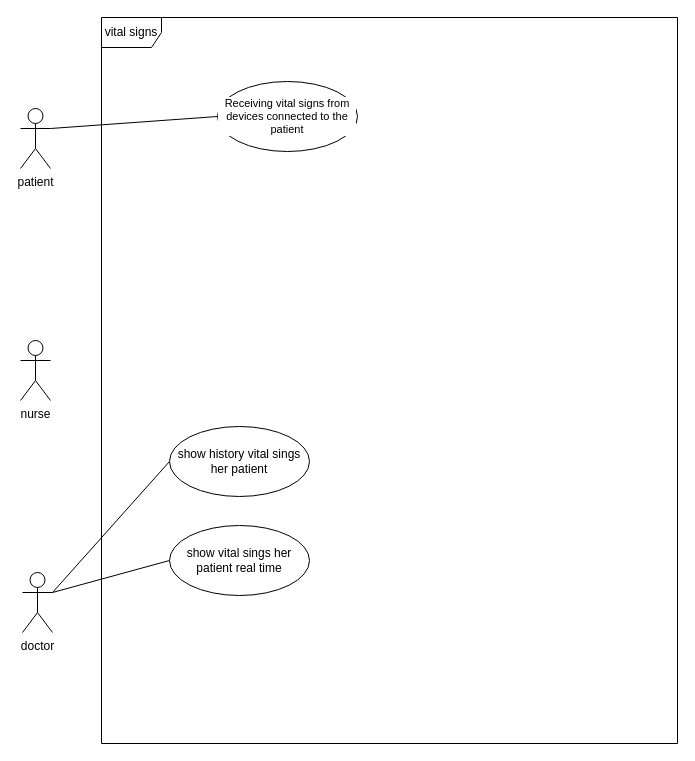
Before: USECASE/vital_signs.drawio in SalehAskari/telemedicine, a draw.io diagram. Source tidied: cells renumbered, new cells numbered last; positions are measured from the earlier drawing's top-left corner, leaving out a move shared by most shapes. Both pictures are drawn from the tidied source at 100%, with x=0, y=0 at pixel (20, 17).
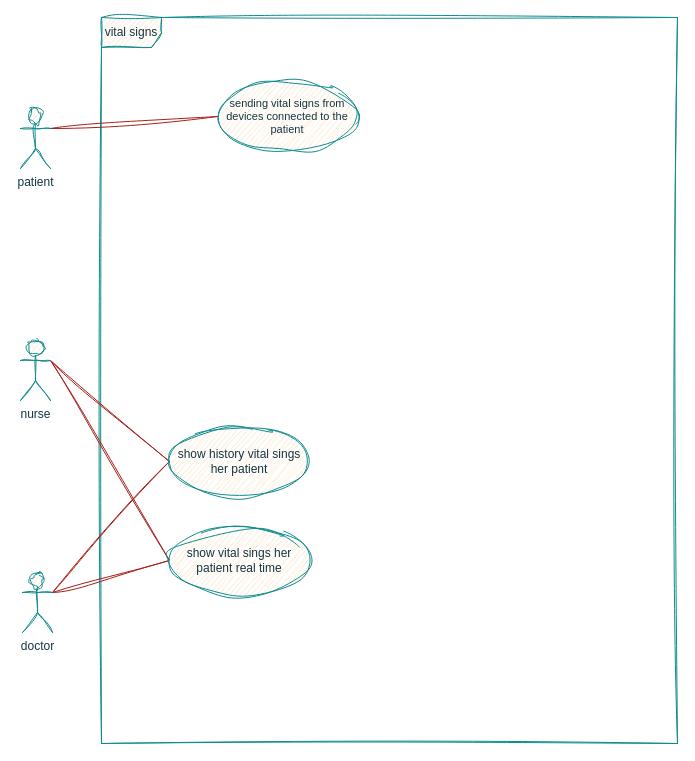
After the change.

Change to the diagram source:
```diff
@@
 <mxGraphModel>
   <root>
     <mxCell id="0" />
     <mxCell id="1" parent="0" />
-    <mxCell id="2" value="vital signs" style="shape=umlFrame;whiteSpace=wrap;html=1;" parent="1" vertex="1">
+    <mxCell id="2" value="vital signs" style="shape=umlFrame;whiteSpace=wrap;html=1;labelBackgroundColor=none;fillColor=#FAE5C7;strokeColor=#0F8B8D;fontColor=#143642;sketch=1;curveFitting=1;jiggle=2;" parent="1" vertex="1">
       <mxGeometry x="81" width="576" height="726" as="geometry" />
     </mxCell>
+    <mxCell id="12" style="edgeStyle=none;shape=connector;rounded=0;sketch=1;jiggle=2;curveFitting=1;jettySize=auto;html=1;exitX=1;exitY=0.3333333333333333;exitDx=0;exitDy=0;exitPerimeter=0;entryX=0;entryY=0.5;entryDx=0;entryDy=0;strokeColor=#A8201A;align=center;verticalAlign=middle;fontFamily=Helvetica;fontSize=11;fontColor=default;labelBackgroundColor=none;startFill=0;endArrow=none;" parent="1" edge="1" source="3" target="10">
+      <mxGeometry relative="1" as="geometry" />
+    </mxCell>
+    <mxCell id="13" style="edgeStyle=none;shape=connector;rounded=0;sketch=1;jiggle=2;curveFitting=1;jettySize=auto;html=1;exitX=1;exitY=0.3333333333333333;exitDx=0;exitDy=0;exitPerimeter=0;entryX=0;entryY=0.5;entryDx=0;entryDy=0;strokeColor=#A8201A;align=center;verticalAlign=middle;fontFamily=Helvetica;fontSize=11;fontColor=default;labelBackgroundColor=none;startFill=0;endArrow=none;" parent="1" edge="1" source="3" target="9">
+      <mxGeometry relative="1" as="geometry" />
+    </mxCell>
-    <mxCell id="3" value="nurse" style="shape=umlActor;verticalLabelPosition=bottom;verticalAlign=top;html=1;" parent="1" vertex="1">
+    <mxCell id="3" value="nurse" style="shape=umlActor;verticalLabelPosition=bottom;verticalAlign=top;html=1;labelBackgroundColor=none;fillColor=#FAE5C7;strokeColor=#0F8B8D;fontColor=#143642;sketch=1;curveFitting=1;jiggle=2;" parent="1" vertex="1">
       <mxGeometry y="323" width="30" height="60" as="geometry" />
     </mxCell>
-    <mxCell id="4" style="edgeStyle=none;shape=connector;rounded=0;jettySize=auto;html=1;exitX=1;exitY=0.3333333333333333;exitDx=0;exitDy=0;exitPerimeter=0;entryX=0;entryY=0.5;entryDx=0;entryDy=0;strokeColor=default;align=center;verticalAlign=middle;fontFamily=Helvetica;fontSize=11;fontColor=default;labelBackgroundColor=default;startFill=0;endArrow=none;" parent="1" edge="1" source="5" target="11">
+    <mxCell id="4" style="edgeStyle=none;shape=connector;rounded=0;jettySize=auto;html=1;exitX=1;exitY=0.3333333333333333;exitDx=0;exitDy=0;exitPerimeter=0;entryX=0;entryY=0.5;entryDx=0;entryDy=0;strokeColor=#A8201A;align=center;verticalAlign=middle;fontFamily=Helvetica;fontSize=11;fontColor=default;labelBackgroundColor=none;startFill=0;endArrow=none;sketch=1;curveFitting=1;jiggle=2;" parent="1" edge="1" source="5" target="11">
       <mxGeometry relative="1" as="geometry" />
     </mxCell>
-    <mxCell id="5" value="patient" style="shape=umlActor;verticalLabelPosition=bottom;verticalAlign=top;html=1;" parent="1" vertex="1">
+    <mxCell id="5" value="patient" style="shape=umlActor;verticalLabelPosition=bottom;verticalAlign=top;html=1;labelBackgroundColor=none;fillColor=#FAE5C7;strokeColor=#0F8B8D;fontColor=#143642;sketch=1;curveFitting=1;jiggle=2;" parent="1" vertex="1">
       <mxGeometry y="91" width="30" height="60" as="geometry" />
     </mxCell>
-    <mxCell id="6" style="rounded=0;jettySize=auto;html=1;exitX=1;exitY=0.3333333333333333;exitDx=0;exitDy=0;exitPerimeter=0;entryX=0;entryY=0.5;entryDx=0;entryDy=0;endArrow=none;startFill=0;" parent="1" edge="1" source="8" target="9">
+    <mxCell id="6" style="rounded=0;jettySize=auto;html=1;exitX=1;exitY=0.3333333333333333;exitDx=0;exitDy=0;exitPerimeter=0;entryX=0;entryY=0.5;entryDx=0;entryDy=0;endArrow=none;startFill=0;labelBackgroundColor=none;strokeColor=#A8201A;fontColor=default;sketch=1;curveFitting=1;jiggle=2;" parent="1" edge="1" source="8" target="9">
       <mxGeometry relative="1" as="geometry" />
     </mxCell>
-    <mxCell id="7" style="edgeStyle=none;shape=connector;rounded=0;jettySize=auto;html=1;exitX=1;exitY=0.3333333333333333;exitDx=0;exitDy=0;exitPerimeter=0;entryX=0;entryY=0.5;entryDx=0;entryDy=0;strokeColor=default;align=center;verticalAlign=middle;fontFamily=Helvetica;fontSize=11;fontColor=default;labelBackgroundColor=default;startFill=0;endArrow=none;" parent="1" edge="1" source="8" target="10">
+    <mxCell id="7" style="edgeStyle=none;shape=connector;rounded=0;jettySize=auto;html=1;exitX=1;exitY=0.3333333333333333;exitDx=0;exitDy=0;exitPerimeter=0;entryX=0;entryY=0.5;entryDx=0;entryDy=0;strokeColor=#A8201A;align=center;verticalAlign=middle;fontFamily=Helvetica;fontSize=11;fontColor=default;labelBackgroundColor=none;startFill=0;endArrow=none;sketch=1;curveFitting=1;jiggle=2;" parent="1" edge="1" source="8" target="10">
       <mxGeometry relative="1" as="geometry" />
     </mxCell>
-    <mxCell id="8" value="doctor" style="shape=umlActor;verticalLabelPosition=bottom;verticalAlign=top;html=1;" parent="1" vertex="1">
+    <mxCell id="8" value="doctor" style="shape=umlActor;verticalLabelPosition=bottom;verticalAlign=top;html=1;labelBackgroundColor=none;fillColor=#FAE5C7;strokeColor=#0F8B8D;fontColor=#143642;sketch=1;curveFitting=1;jiggle=2;" parent="1" vertex="1">
       <mxGeometry x="2" y="555" width="30" height="60" as="geometry" />
     </mxCell>
-    <mxCell id="9" value="show vital sings her patient real time" style="ellipse;whiteSpace=wrap;html=1;" parent="1" vertex="1">
+    <mxCell id="9" value="show vital sings her patient real time" style="ellipse;whiteSpace=wrap;html=1;labelBackgroundColor=none;fillColor=#FAE5C7;strokeColor=#0F8B8D;fontColor=#143642;sketch=1;curveFitting=1;jiggle=2;" parent="1" vertex="1">
       <mxGeometry x="149" y="508" width="140" height="70" as="geometry" />
     </mxCell>
-    <mxCell id="10" value="show history vital sings her patient" style="ellipse;whiteSpace=wrap;html=1;" parent="1" vertex="1">
+    <mxCell id="10" value="show history vital sings her patient" style="ellipse;whiteSpace=wrap;html=1;labelBackgroundColor=none;fillColor=#FAE5C7;strokeColor=#0F8B8D;fontColor=#143642;sketch=1;curveFitting=1;jiggle=2;" parent="1" vertex="1">
       <mxGeometry x="149" y="409" width="140" height="70" as="geometry" />
     </mxCell>
-    <mxCell id="11" value="Receiving vital signs from devices connected to the patient" style="ellipse;whiteSpace=wrap;html=1;fontFamily=Helvetica;fontSize=11;fontColor=default;labelBackgroundColor=default;" parent="1" vertex="1">
+    <mxCell id="11" value="sending vital signs from devices connected to the patient" style="ellipse;whiteSpace=wrap;html=1;fontFamily=Helvetica;fontSize=11;fontColor=#143642;labelBackgroundColor=none;fillColor=#FAE5C7;strokeColor=#0F8B8D;sketch=1;curveFitting=1;jiggle=2;" parent="1" vertex="1">
       <mxGeometry x="197" y="64" width="140" height="70" as="geometry" />
     </mxCell>
   </root>
 </mxGraphModel>
```
